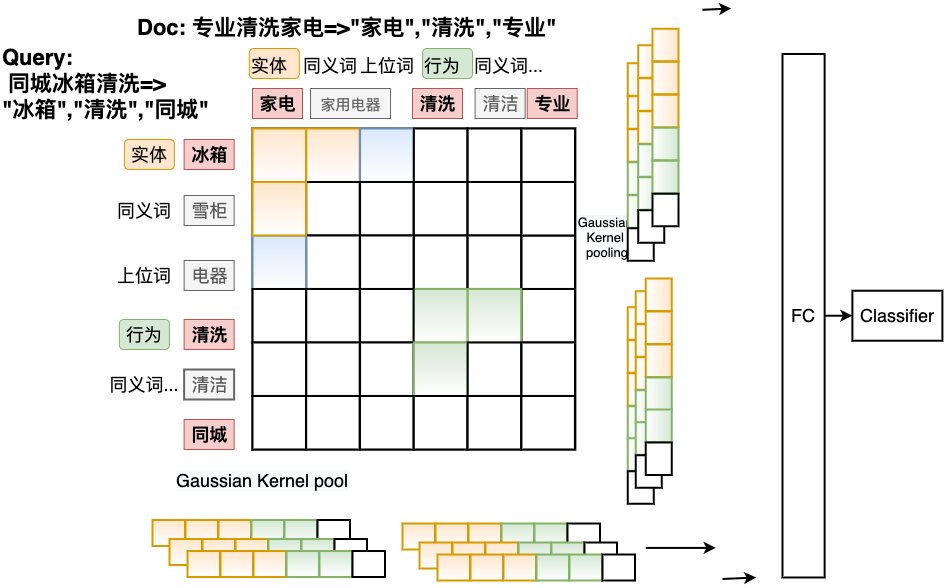
gouxute/leetcode keeps this draw.io diagram as Untitled Diagram.png. Above is the earlier version. Source tidied: cells renumbered, new cells last; positions are measured from the earlier drawing's top-left corner, leaving out a move shared by most shapes.
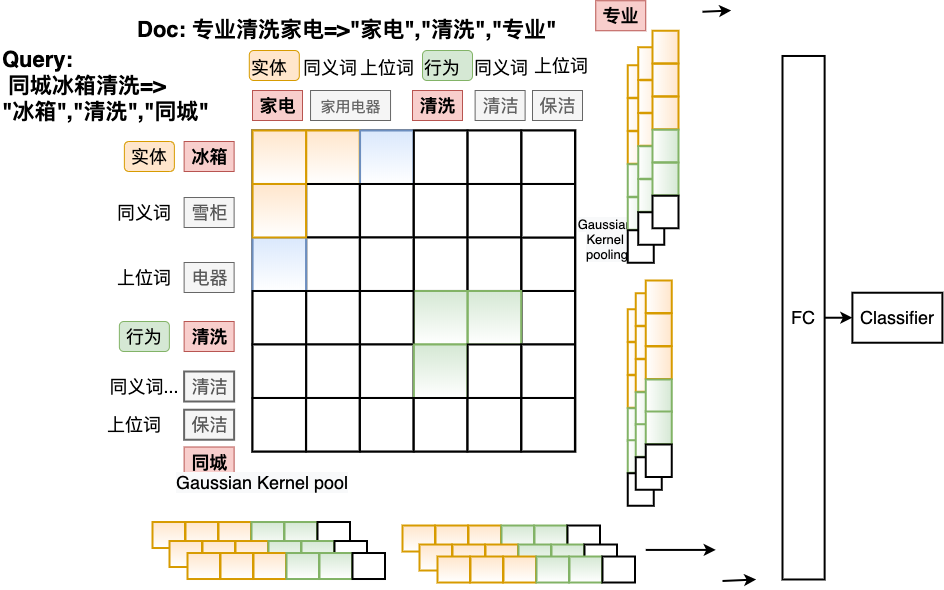
The same file after the commit.

Diff of the diagram source:
```diff
@@ -30,7 +30,7 @@
       <mxGeometry x="183.6" y="361" width="50" height="30" as="geometry" />
     </mxCell>
     <mxCell id="11" value="&lt;font style=&quot;font-size: 18px&quot;&gt;同城&lt;/font&gt;" style="text;html=1;align=center;verticalAlign=middle;fontSize=18;fillColor=#f8cecc;strokeColor=#b85450;fontStyle=1;" parent="1" vertex="1">
-      <mxGeometry x="183.6" y="411" width="50" height="30" as="geometry" />
+      <mxGeometry x="183.6" y="436.5" width="50" height="30" as="geometry" />
     </mxCell>
     <mxCell id="12" value="雪柜" style="text;html=1;align=center;verticalAlign=middle;fontSize=18;fillColor=#f5f5f5;strokeColor=#666666;fontColor=#595959;" parent="1" vertex="1">
       <mxGeometry x="183.6" y="187" width="50" height="30" as="geometry" />
@@ -44,8 +44,8 @@
     <mxCell id="15" value="&lt;span style=&quot;color: rgb(0 , 0 , 0) ; font-family: &amp;#34;helvetica&amp;#34; ; font-size: 18px ; font-style: normal ; font-weight: 400 ; letter-spacing: normal ; text-align: center ; text-indent: 0px ; text-transform: none ; word-spacing: 0px ; display: inline ; float: none&quot;&gt;行为&lt;/span&gt;" style="text;whiteSpace=wrap;html=1;fontSize=18;gradientDirection=north;rounded=1;labelBackgroundColor=none;fillColor=#d5e8d4;strokeColor=#82b366;" parent="1" vertex="1">
       <mxGeometry x="422" y="40" width="50" height="30" as="geometry" />
     </mxCell>
-    <mxCell id="16" value="&lt;span style=&quot;color: rgb(0 , 0 , 0) ; font-family: &amp;#34;helvetica&amp;#34; ; font-size: 18px ; font-style: normal ; font-weight: 400 ; letter-spacing: normal ; text-align: center ; text-indent: 0px ; text-transform: none ; word-spacing: 0px ; display: inline ; float: none&quot;&gt;同义词...&lt;/span&gt;" style="text;whiteSpace=wrap;html=1;fontSize=18;labelBackgroundColor=none;" parent="1" vertex="1">
-      <mxGeometry x="472" y="40" width="80" height="30" as="geometry" />
+    <mxCell id="16" value="&lt;span style=&quot;color: rgb(0 , 0 , 0) ; font-family: &amp;#34;helvetica&amp;#34; ; font-size: 18px ; font-style: normal ; font-weight: 400 ; letter-spacing: normal ; text-align: center ; text-indent: 0px ; text-transform: none ; word-spacing: 0px ; display: inline ; float: none&quot;&gt;同义词&lt;/span&gt;" style="text;whiteSpace=wrap;html=1;fontSize=18;labelBackgroundColor=none;" parent="1" vertex="1">
+      <mxGeometry x="472" y="40" width="60" height="30" as="geometry" />
     </mxCell>
     <mxCell id="17" value="&lt;font style=&quot;font-size: 15px&quot;&gt;家用电器&lt;/font&gt;" style="text;html=1;align=center;verticalAlign=middle;fontSize=18;fillColor=#f5f5f5;strokeColor=#666666;fontColor=#636363;" parent="1" vertex="1">
       <mxGeometry x="310" y="80" width="80" height="30" as="geometry" />
@@ -63,7 +63,7 @@
       <mxGeometry x="252" y="80" width="50" height="30" as="geometry" />
     </mxCell>
     <mxCell id="22" value="&lt;font style=&quot;font-size: 18px&quot;&gt;专业&lt;br&gt;&lt;/font&gt;" style="text;html=1;align=center;verticalAlign=middle;fontSize=18;fillColor=#f8cecc;strokeColor=#b85450;fontStyle=1;" parent="1" vertex="1">
-      <mxGeometry x="526.7" y="80" width="50" height="30" as="geometry" />
+      <mxGeometry x="595.2" y="-9.8" width="50" height="30" as="geometry" />
     </mxCell>
     <mxCell id="23" value="&lt;div style=&quot;text-align: center ; font-size: 22px&quot;&gt;&lt;span style=&quot;font-size: 22px&quot;&gt;&lt;font face=&quot;helvetica&quot; style=&quot;font-size: 22px&quot;&gt;&lt;b style=&quot;font-size: 22px&quot;&gt;Doc: 专业清洗家电=&amp;gt;&quot;家电&quot;,&quot;清洗&quot;,&quot;专业&quot;&lt;/b&gt;&lt;/font&gt;&lt;/span&gt;&lt;/div&gt;" style="text;whiteSpace=wrap;html=1;fontSize=22;labelBackgroundColor=none;" parent="1" vertex="1">
       <mxGeometry x="134.9" width="440" height="30" as="geometry" />
@@ -455,5 +455,17 @@
     <mxCell id="149" style="whiteSpace=wrap;html=1;strokeWidth=2;fillColor=#ffe6cc;strokeColor=#d79b00;gradientColor=#ffffff;rotation=0;" parent="131" vertex="1">
       <mxGeometry x="35" y="31" width="32.5" height="26" as="geometry" />
     </mxCell>
+    <mxCell id="150" value="&lt;span style=&quot;color: rgb(0 , 0 , 0) ; font-family: &amp;#34;helvetica&amp;#34; ; font-size: 18px ; font-style: normal ; font-weight: 400 ; letter-spacing: normal ; text-indent: 0px ; text-transform: none ; word-spacing: 0px ; display: inline ; float: none&quot;&gt;上位词&lt;/span&gt;" style="text;whiteSpace=wrap;html=1;fontSize=18;labelBackgroundColor=none;align=center;verticalAlign=middle;" parent="1" vertex="1">
+      <mxGeometry x="94.4" y="399.2" width="79.5" height="30" as="geometry" />
+    </mxCell>
+    <mxCell id="151" value="保洁" style="text;html=1;align=center;verticalAlign=middle;fontSize=18;fillColor=#f5f5f5;strokeColor=#666666;fontColor=#595959;strokeWidth=2;" parent="1" vertex="1">
+      <mxGeometry x="183.6" y="399.2" width="50" height="30" as="geometry" />
+    </mxCell>
+    <mxCell id="152" value="保洁" style="text;html=1;align=center;verticalAlign=middle;fontSize=18;fillColor=#f5f5f5;strokeColor=#666666;fontColor=#636363;" parent="1" vertex="1">
+      <mxGeometry x="532" y="80" width="50" height="30" as="geometry" />
+    </mxCell>
+    <mxCell id="153" value="&lt;span style=&quot;color: rgb(0 , 0 , 0) ; font-family: &amp;#34;helvetica&amp;#34; ; font-size: 18px ; font-style: normal ; font-weight: 400 ; letter-spacing: normal ; text-indent: 0px ; text-transform: none ; word-spacing: 0px ; display: inline ; float: none&quot;&gt;上位词&lt;/span&gt;" style="text;whiteSpace=wrap;html=1;fontSize=18;labelBackgroundColor=none;align=center;verticalAlign=middle;" parent="1" vertex="1">
+      <mxGeometry x="521" y="40" width="79.5" height="30" as="geometry" />
+    </mxCell>
   </root>
 </mxGraphModel>
```
